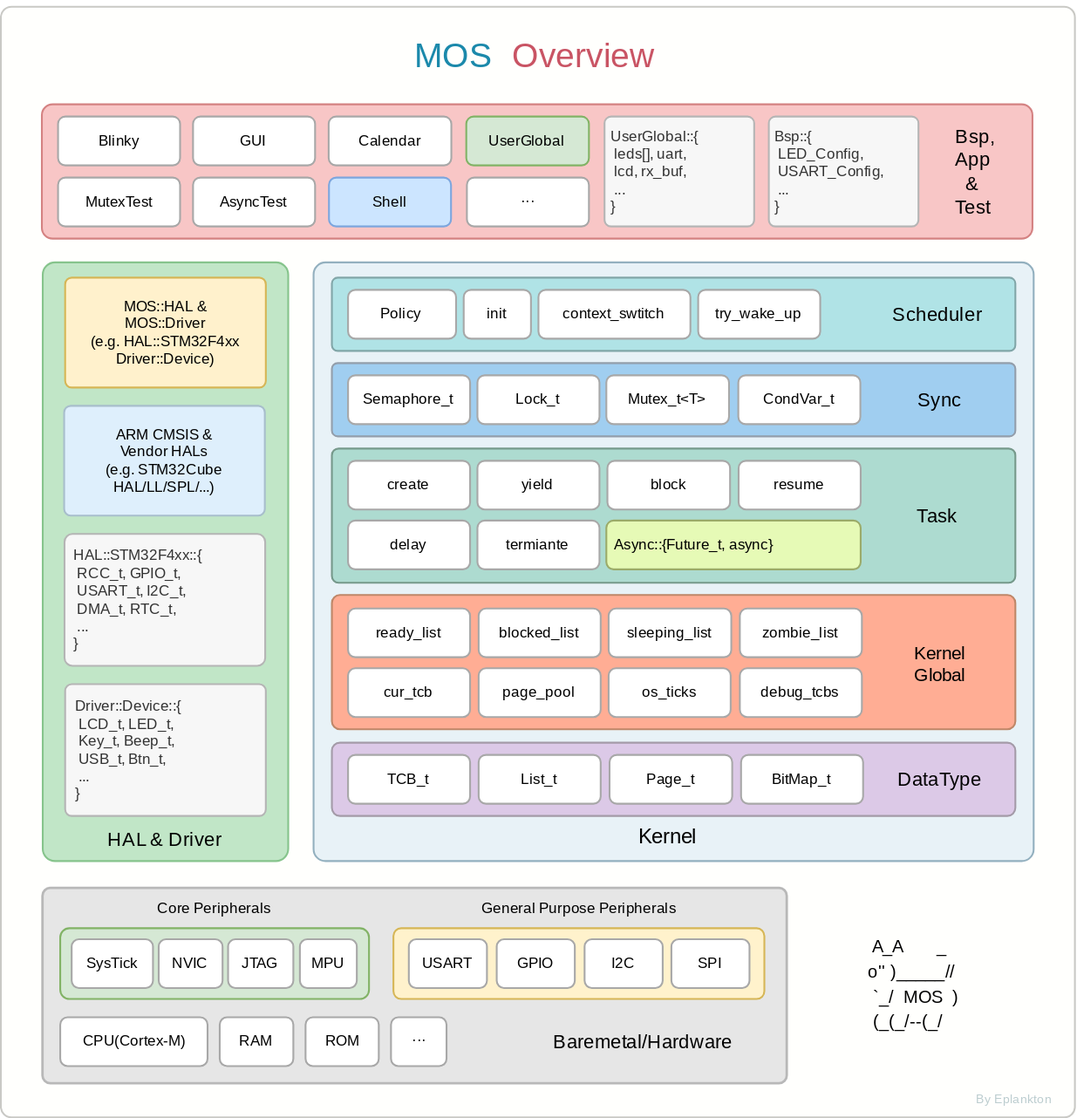
The draw.io diagram Pic/mos-arch.svg in Eplankton/mos-stm32, before a commit. Source tidied: cells renumbered, new cells last; positions are measured from the earlier drawing's top-left corner, leaving out a move shared by most shapes.
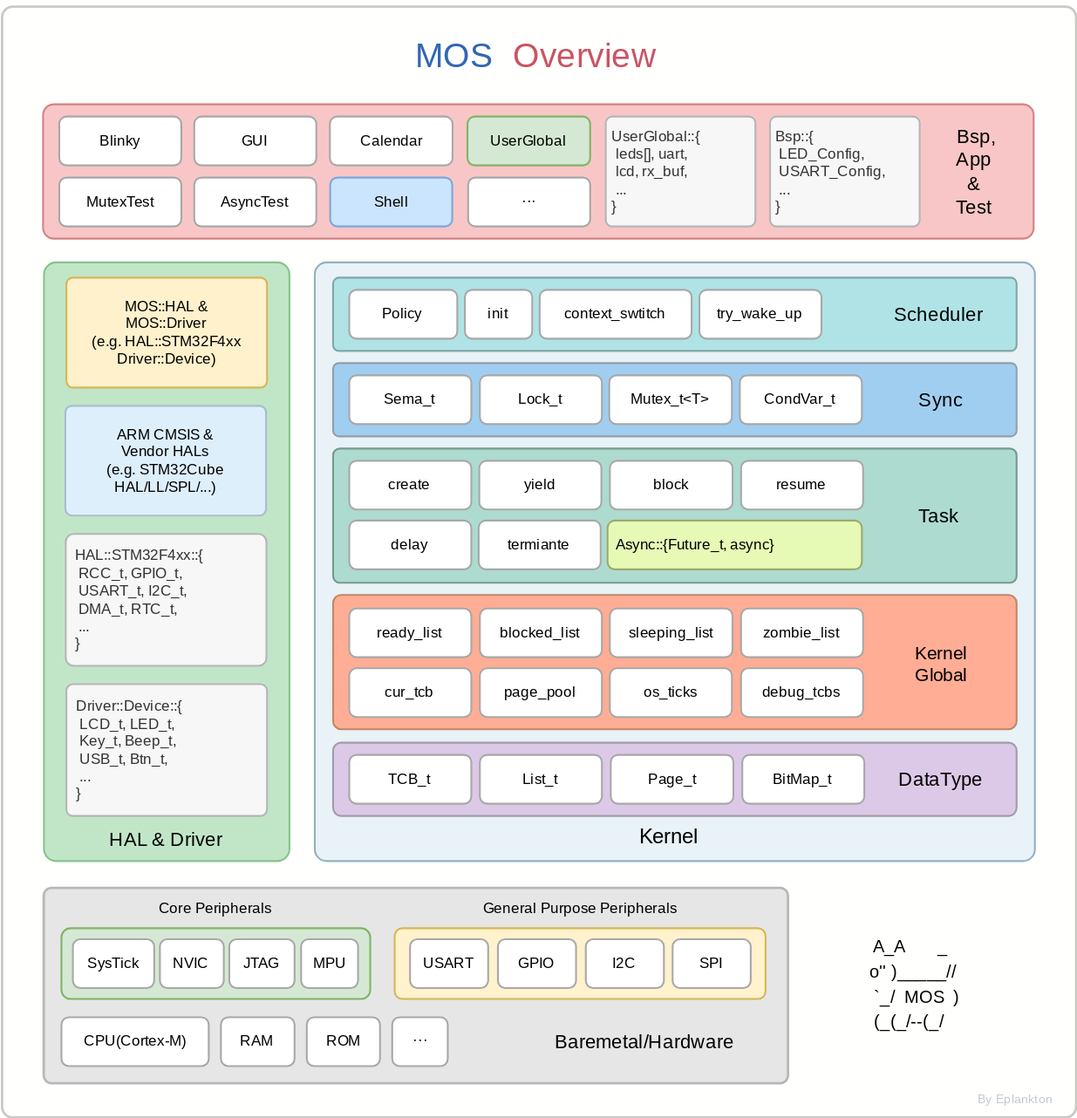
After the commit.

What changed in the source:
```diff
@@ -2,7 +2,7 @@
   <root>
     <mxCell id="0" />
     <mxCell id="1" parent="0" />
-    <mxCell id="2" style="rounded=1;whiteSpace=wrap;html=1;arcSize=1;labelPosition=center;verticalLabelPosition=top;align=center;verticalAlign=bottom;strokeWidth=1.5;fillColor=#FFFFFD;strokeColor=#C9C9C5;" parent="1" vertex="1">
+    <mxCell id="2" style="rounded=1;whiteSpace=wrap;html=1;arcSize=1;labelPosition=center;verticalLabelPosition=top;align=center;verticalAlign=bottom;strokeWidth=2;fillColor=#FFFFFD;strokeColor=#C9C9C5;" parent="1" vertex="1">
       <mxGeometry y="5" width="880" height="910" as="geometry" />
     </mxCell>
     <mxCell id="3" style="rounded=1;whiteSpace=wrap;html=1;arcSize=2;fillColor=#E8F2F7;strokeColor=#93B0BF;strokeWidth=1.5;" parent="1" vertex="1">
@@ -60,13 +60,13 @@
       <mxGeometry x="271.2" y="367" width="560" height="110" as="geometry" />
     </mxCell>
     <mxCell id="21" value="&lt;font face=&quot;JetBrains Mono&quot;&gt;yield&lt;/font&gt;" style="rounded=1;whiteSpace=wrap;html=1;strokeColor=#A8A8A8;fontStyle=0;strokeWidth=1.5;" parent="1" vertex="1">
-      <mxGeometry x="390.5" y="377" width="100" height="40" as="geometry" />
+      <mxGeometry x="391" y="377" width="100" height="40" as="geometry" />
     </mxCell>
     <mxCell id="22" value="&lt;div&gt;&lt;font face=&quot;JetBrains Mono&quot;&gt;block&lt;/font&gt;&lt;/div&gt;" style="rounded=1;whiteSpace=wrap;html=1;strokeColor=#A8A8A8;fontStyle=0;strokeWidth=1.5;" parent="1" vertex="1">
-      <mxGeometry x="497" y="377" width="100.5" height="40" as="geometry" />
+      <mxGeometry x="498" y="377" width="100.5" height="40" as="geometry" />
     </mxCell>
     <mxCell id="23" value="&lt;div&gt;&lt;font face=&quot;JetBrains Mono&quot;&gt;resume&lt;/font&gt;&lt;/div&gt;" style="rounded=1;whiteSpace=wrap;html=1;align=center;verticalAlign=middle;fontStyle=0;strokeColor=#A8A8A8;strokeWidth=1.5;" parent="1" vertex="1">
-      <mxGeometry x="604.5" y="377" width="100" height="40" as="geometry" />
+      <mxGeometry x="605.5" y="377" width="100" height="40" as="geometry" />
     </mxCell>
     <mxCell id="24" value="&lt;font face=&quot;JetBrains Mono&quot;&gt;create&lt;/font&gt;" style="rounded=1;whiteSpace=wrap;html=1;strokeColor=#A8A8A8;fontStyle=0;strokeWidth=1.5;" parent="1" vertex="1">
       <mxGeometry x="284.5" y="377" width="100" height="40" as="geometry" />
@@ -84,15 +84,15 @@
       <mxGeometry x="271.2" y="297" width="560" height="60" as="geometry" />
     </mxCell>
     <mxCell id="29" value="&lt;font face=&quot;JetBrains Mono&quot;&gt;Lock_t&lt;/font&gt;" style="rounded=1;whiteSpace=wrap;html=1;strokeColor=#A8A8A8;fontStyle=0;strokeWidth=1.5;" parent="1" vertex="1">
-      <mxGeometry x="390.5" y="307" width="100" height="40" as="geometry" />
+      <mxGeometry x="391.5" y="307" width="100" height="40" as="geometry" />
     </mxCell>
     <mxCell id="30" value="&lt;div&gt;&lt;font face=&quot;JetBrains Mono&quot;&gt;Mutex_t&amp;lt;T&amp;gt;&lt;/font&gt;&lt;/div&gt;" style="rounded=1;whiteSpace=wrap;html=1;strokeColor=#A8A8A8;fontStyle=0;strokeWidth=1.5;" parent="1" vertex="1">
-      <mxGeometry x="496.1" y="307" width="100.5" height="40" as="geometry" />
+      <mxGeometry x="497.5" y="307" width="100.5" height="40" as="geometry" />
     </mxCell>
     <mxCell id="31" value="&lt;div&gt;&lt;font face=&quot;JetBrains Mono&quot;&gt;CondVar_t&lt;/font&gt;&lt;/div&gt;" style="rounded=1;whiteSpace=wrap;html=1;align=center;verticalAlign=middle;fontStyle=0;strokeColor=#A8A8A8;strokeWidth=1.5;" parent="1" vertex="1">
-      <mxGeometry x="604.2" y="307" width="100" height="40" as="geometry" />
+      <mxGeometry x="604.5" y="307" width="100" height="40" as="geometry" />
     </mxCell>
-    <mxCell id="32" value="&lt;font face=&quot;JetBrains Mono&quot;&gt;Semaphore_t&lt;/font&gt;" style="rounded=1;whiteSpace=wrap;html=1;strokeColor=#A8A8A8;fontStyle=0;strokeWidth=1.5;" parent="1" vertex="1">
+    <mxCell id="32" value="&lt;font face=&quot;JetBrains Mono&quot;&gt;Sema_t&lt;/font&gt;" style="rounded=1;whiteSpace=wrap;html=1;strokeColor=#A8A8A8;fontStyle=0;strokeWidth=1.5;" parent="1" vertex="1">
       <mxGeometry x="284.5" y="307" width="100" height="40" as="geometry" />
     </mxCell>
     <mxCell id="33" value="&lt;font style=&quot;font-size: 16px;&quot; face=&quot;JetBrains Mono&quot;&gt;Sync&lt;/font&gt;" style="text;html=1;align=center;verticalAlign=middle;strokeColor=none;fillColor=none;strokeWidth=1.5;" parent="1" vertex="1">
@@ -218,7 +218,7 @@
     <mxCell id="73" value="&lt;font face=&quot;JetBrains Mono&quot;&gt;···&lt;/font&gt;" style="rounded=1;whiteSpace=wrap;html=1;align=center;verticalAlign=middle;fontStyle=0;strokeColor=#A8A8A8;strokeWidth=1.5;" parent="1" vertex="1">
       <mxGeometry x="381.8" y="145" width="100" height="40" as="geometry" />
     </mxCell>
-    <mxCell id="74" value="&lt;h2 style=&quot;font-size: 28px;&quot;&gt;&lt;font color=&quot;#1b89ab&quot; style=&quot;font-size: 28px;&quot; face=&quot;Protest Strike&quot;&gt;&lt;span style=&quot;font-weight: normal;&quot;&gt;MOS&lt;/span&gt;&lt;/font&gt;&lt;font color=&quot;#287a9e&quot; style=&quot;font-size: 28px;&quot; face=&quot;Protest Strike&quot;&gt;&lt;span style=&quot;font-weight: normal;&quot;&gt;&amp;nbsp;&lt;/span&gt;&lt;/font&gt;&lt;font color=&quot;#287a9e&quot; style=&quot;font-size: 28px;&quot; face=&quot;Protest Strike&quot;&gt;&lt;span style=&quot;font-weight: normal;&quot;&gt; &lt;/span&gt;&lt;/font&gt;&lt;font color=&quot;#c95464&quot; style=&quot;font-size: 28px;&quot; face=&quot;Protest Strike&quot;&gt;&lt;span style=&quot;font-weight: normal;&quot;&gt;Overview&lt;/span&gt;&lt;/font&gt;&lt;font color=&quot;#c95464&quot; style=&quot;font-size: 28px;&quot; face=&quot;Protest Strike&quot;&gt;&lt;span style=&quot;font-weight: normal;&quot;&gt;&lt;br&gt;&lt;/span&gt;&lt;/font&gt;&lt;/h2&gt;" style="text;html=1;align=center;verticalAlign=middle;strokeColor=none;fillColor=none;fontColor=#24669E;" parent="1" vertex="1">
+    <mxCell id="74" value="&lt;h2 style=&quot;font-size: 28px;&quot;&gt;&lt;font color=&quot;#3168b0&quot; style=&quot;font-size: 28px;&quot; face=&quot;Protest Strike&quot;&gt;&lt;span style=&quot;font-weight: normal;&quot;&gt;MOS&lt;/span&gt;&lt;/font&gt;&lt;font color=&quot;#287a9e&quot; style=&quot;font-size: 28px;&quot; face=&quot;Protest Strike&quot;&gt;&lt;span style=&quot;font-weight: normal;&quot;&gt;&amp;nbsp;&lt;/span&gt;&lt;/font&gt;&lt;font color=&quot;#287a9e&quot; style=&quot;font-size: 28px;&quot; face=&quot;Protest Strike&quot;&gt;&lt;span style=&quot;font-weight: normal;&quot;&gt; &lt;/span&gt;&lt;/font&gt;&lt;font color=&quot;#c95464&quot; style=&quot;font-size: 28px;&quot; face=&quot;Protest Strike&quot;&gt;&lt;span style=&quot;font-weight: normal;&quot;&gt;Overview&lt;/span&gt;&lt;/font&gt;&lt;font color=&quot;#c95464&quot; style=&quot;font-size: 28px;&quot; face=&quot;Protest Strike&quot;&gt;&lt;span style=&quot;font-weight: normal;&quot;&gt;&lt;br&gt;&lt;/span&gt;&lt;/font&gt;&lt;/h2&gt;" style="text;html=1;align=center;verticalAlign=middle;strokeColor=none;fillColor=none;fontColor=#24669E;" parent="1" vertex="1">
       <mxGeometry x="337.3" width="200" height="90" as="geometry" />
     </mxCell>
     <mxCell id="75" value="&lt;p style=&quot;line-height: 100%;&quot;&gt;&lt;/p&gt;&lt;div style=&quot;font-size: 13px;&quot; align=&quot;left&quot;&gt;&lt;pre style=&quot;font-size: 14px; line-height: 140%;&quot;&gt;&lt;font face=&quot;JetBrains Mono&quot; style=&quot;font-size: 14px;&quot;&gt; A_A       _&lt;br&gt;&lt;span class=&quot;line&quot; id=&quot;LC2&quot;&gt;o'' )_____//&lt;/span&gt;&lt;br&gt;&lt;span class=&quot;line&quot; id=&quot;LC3&quot;&gt; `_/  MOS  )&lt;/span&gt;&lt;br&gt;&lt;span class=&quot;line&quot; id=&quot;LC4&quot;&gt; (_(_/--(_/  &lt;/span&gt;&lt;/font&gt;&lt;/pre&gt;&lt;/div&gt;&lt;p&gt;&lt;/p&gt;" style="text;html=1;align=left;verticalAlign=middle;strokeColor=none;fillColor=none;" parent="1" vertex="1">
```
